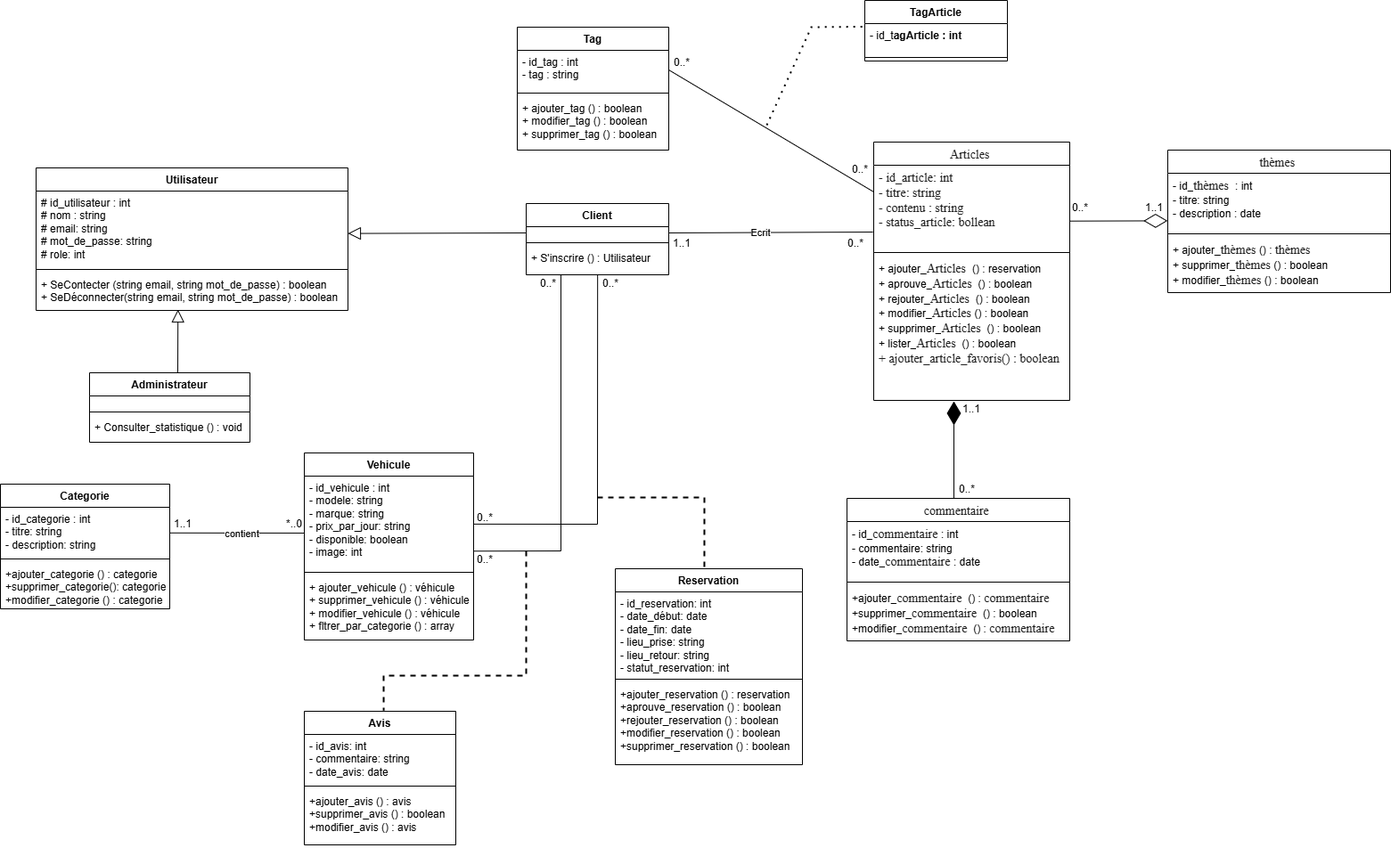
AZIZABADA10/Location_de_voiture keeps this draw.io diagram as Modelisation/Diagramme_de_classe.png. Above is the earlier version. Source tidied: cells renumbered, new cells last; positions are measured from the earlier drawing's top-left corner, leaving out a move shared by most shapes.
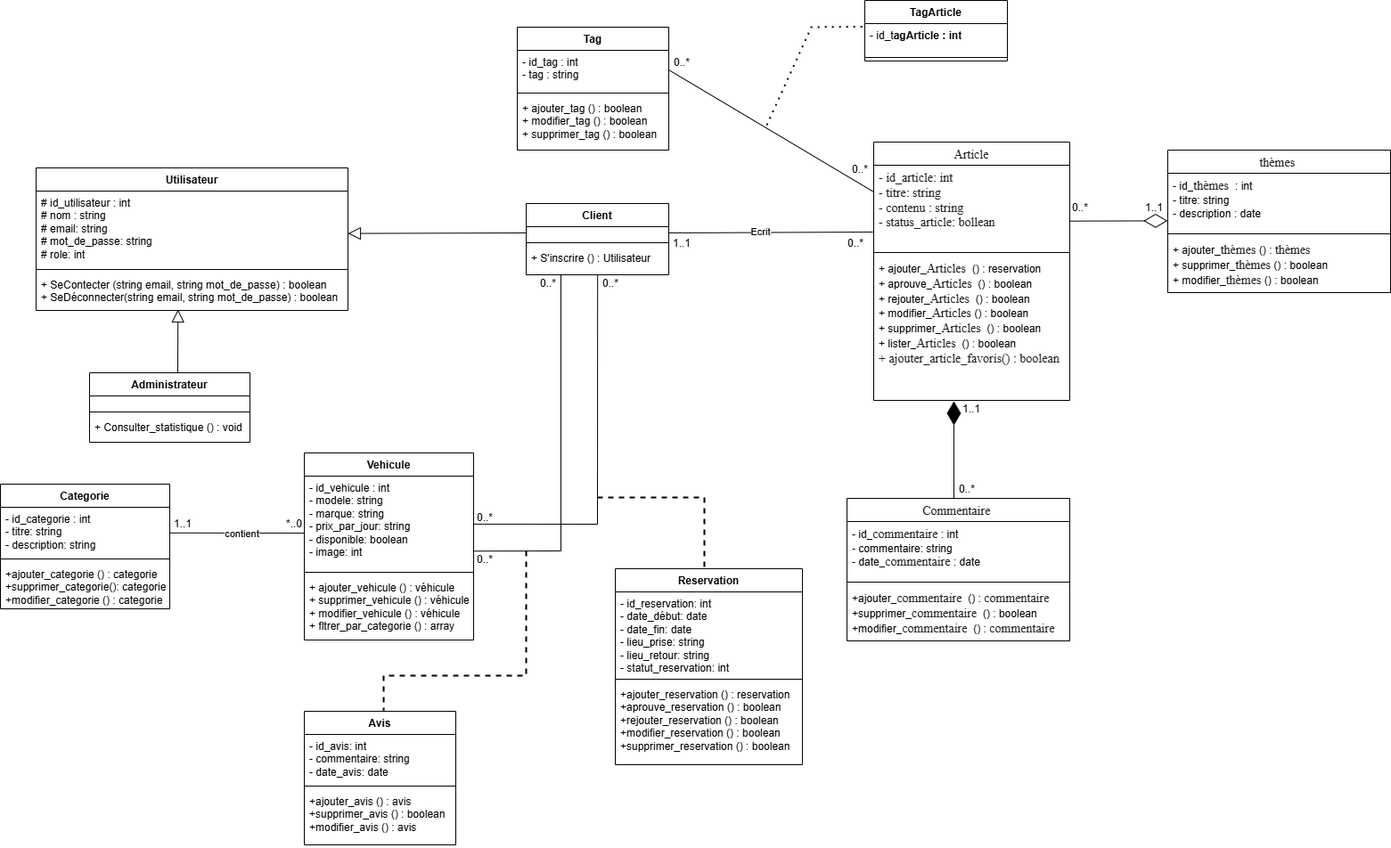
After the change.

Commit message:
modelisation: modification sur le diagramme de classe

What changed in the source:
```diff
@@ -148,7 +148,7 @@
     <mxCell id="43" value="0..*" style="text;html=1;whiteSpace=wrap;strokeColor=none;fillColor=none;align=center;verticalAlign=middle;rounded=0;" parent="1" vertex="1">
       <mxGeometry x="529" y="618" width="30" height="20" as="geometry" />
     </mxCell>
-    <mxCell id="44" value="&lt;span style=&quot;color: rgba(0, 0, 0, 0.88); font-family: &amp;quot;Nunito Sans&amp;quot;, &amp;quot;sans-serif&amp;quot;; font-size: 14px; font-weight: 400; text-align: start; background-color: rgb(255, 255, 255);&quot;&gt;Articles&amp;nbsp;&lt;/span&gt;" style="swimlane;fontStyle=1;align=center;verticalAlign=top;horizontal=1;startSize=26;whiteSpace=wrap;html=1;" parent="1" vertex="1">
+    <mxCell id="44" value="&lt;span style=&quot;color: rgba(0, 0, 0, 0.88); font-family: &amp;quot;Nunito Sans&amp;quot;, &amp;quot;sans-serif&amp;quot;; font-size: 14px; font-weight: 400; text-align: start; background-color: rgb(255, 255, 255);&quot;&gt;Article&lt;/span&gt;" style="swimlane;fontStyle=1;align=center;verticalAlign=top;horizontal=1;startSize=26;whiteSpace=wrap;html=1;" parent="1" vertex="1">
       <mxGeometry x="980" y="159" width="220" height="290" as="geometry" />
     </mxCell>
     <mxCell id="45" value="&lt;span style=&quot;color: rgba(0, 0, 0, 0.88); font-family: &amp;quot;Nunito Sans&amp;quot;, &amp;quot;sans-serif&amp;quot;; font-size: 14px; background-color: rgb(255, 255, 255);&quot;&gt;- id_article: int&amp;nbsp;&lt;/span&gt;&lt;div&gt;&lt;span style=&quot;color: rgba(0, 0, 0, 0.88); font-family: &amp;quot;Nunito Sans&amp;quot;, &amp;quot;sans-serif&amp;quot;; font-size: 14px; background-color: rgb(255, 255, 255);&quot;&gt;- titre: string&lt;/span&gt;&lt;/div&gt;&lt;div&gt;&lt;span style=&quot;color: rgba(0, 0, 0, 0.88); font-family: &amp;quot;Nunito Sans&amp;quot;, &amp;quot;sans-serif&amp;quot;; font-size: 14px; background-color: rgb(255, 255, 255);&quot;&gt;- contenu : string&lt;/span&gt;&lt;/div&gt;&lt;div&gt;&lt;span style=&quot;background-color: rgb(255, 255, 255); color: rgba(0, 0, 0, 0.88); font-family: &amp;quot;Nunito Sans&amp;quot;, &amp;quot;sans-serif&amp;quot;; font-size: 14px;&quot;&gt;- status_article: bollean&lt;/span&gt;&lt;/div&gt;" style="text;strokeColor=none;fillColor=none;align=left;verticalAlign=top;spacingLeft=4;spacingRight=4;overflow=hidden;points=[[0,0.5],[1,0.5]];portConstraint=eastwest;whiteSpace=wrap;html=1;" parent="44" vertex="1">
@@ -160,7 +160,7 @@
     <mxCell id="47" value="+ ajouter_&lt;span style=&quot;color: rgba(0, 0, 0, 0.88); font-family: &amp;quot;Nunito Sans&amp;quot;, &amp;quot;sans-serif&amp;quot;; font-size: 14px; background-color: rgb(255, 255, 255);&quot;&gt;Articles&amp;nbsp;&lt;/span&gt;&amp;nbsp;() : reservation&lt;div&gt;+ aprouve_&lt;span style=&quot;color: rgba(0, 0, 0, 0.88); font-family: &amp;quot;Nunito Sans&amp;quot;, &amp;quot;sans-serif&amp;quot;; font-size: 14px; background-color: rgb(255, 255, 255);&quot;&gt;Articles&amp;nbsp;&lt;/span&gt;&amp;nbsp;() :&amp;nbsp;&lt;span style=&quot;background-color: transparent; color: light-dark(rgb(0, 0, 0), rgb(255, 255, 255));&quot;&gt;boolean&lt;br&gt;&lt;/span&gt;+ rejouter_&lt;span style=&quot;color: rgba(0, 0, 0, 0.88); font-family: &amp;quot;Nunito Sans&amp;quot;, &amp;quot;sans-serif&amp;quot;; font-size: 14px; background-color: rgb(255, 255, 255);&quot;&gt;Articles&amp;nbsp;&lt;/span&gt;&amp;nbsp;() :&amp;nbsp;&lt;span style=&quot;color: light-dark(rgb(0, 0, 0), rgb(255, 255, 255)); background-color: transparent;&quot;&gt;boolean&lt;br&gt;&lt;/span&gt;+ modifier_&lt;span style=&quot;color: rgba(0, 0, 0, 0.88); font-family: &amp;quot;Nunito Sans&amp;quot;, &amp;quot;sans-serif&amp;quot;; font-size: 14px; background-color: rgb(255, 255, 255);&quot;&gt;Articles&amp;nbsp;&lt;/span&gt;() :&amp;nbsp;&lt;span style=&quot;color: light-dark(rgb(0, 0, 0), rgb(255, 255, 255)); background-color: transparent;&quot;&gt;boolean&lt;br&gt;&lt;/span&gt;+ supprimer_&lt;span style=&quot;color: rgba(0, 0, 0, 0.88); font-family: &amp;quot;Nunito Sans&amp;quot;, &amp;quot;sans-serif&amp;quot;; font-size: 14px; background-color: rgb(255, 255, 255);&quot;&gt;Articles&amp;nbsp;&lt;/span&gt;&amp;nbsp;() :&amp;nbsp;&lt;span style=&quot;color: light-dark(rgb(0, 0, 0), rgb(255, 255, 255)); background-color: transparent;&quot;&gt;boolean&lt;/span&gt;&lt;span style=&quot;color: light-dark(rgb(0, 0, 0), rgb(255, 255, 255)); background-color: transparent;&quot;&gt;&lt;/span&gt;&lt;span style=&quot;color: light-dark(rgb(0, 0, 0), rgb(255, 255, 255)); background-color: transparent;&quot;&gt;&lt;/span&gt;&lt;/div&gt;&lt;div&gt;+ lister_&lt;span style=&quot;color: rgba(0, 0, 0, 0.88); font-family: &amp;quot;Nunito Sans&amp;quot;, &amp;quot;sans-serif&amp;quot;; font-size: 14px; background-color: rgb(255, 255, 255);&quot;&gt;Articles&amp;nbsp;&lt;/span&gt;&amp;nbsp;() :&amp;nbsp;&lt;span style=&quot;color: light-dark(rgb(0, 0, 0), rgb(255, 255, 255)); background-color: transparent;&quot;&gt;boolean&lt;/span&gt;&lt;span style=&quot;color: light-dark(rgb(0, 0, 0), rgb(255, 255, 255)); background-color: transparent;&quot;&gt;&lt;/span&gt;&lt;/div&gt;&lt;div&gt;&lt;span style=&quot;color: rgba(0, 0, 0, 0.88); font-family: &amp;quot;Nunito Sans&amp;quot;, &amp;quot;sans-serif&amp;quot;; font-size: 14px; background-color: rgb(255, 255, 255);&quot;&gt;+ ajouter_article_favoris() : boolean&lt;/span&gt;&lt;span style=&quot;color: light-dark(rgb(0, 0, 0), rgb(255, 255, 255)); background-color: transparent;&quot;&gt;&lt;/span&gt;&lt;/div&gt;" style="text;strokeColor=none;fillColor=none;align=left;verticalAlign=top;spacingLeft=4;spacingRight=4;overflow=hidden;whiteSpace=wrap;html=1;" parent="44" vertex="1">
       <mxGeometry y="128" width="220" height="162" as="geometry" />
     </mxCell>
-    <mxCell id="48" value="&lt;span style=&quot;color: rgba(0, 0, 0, 0.88); font-family: &amp;quot;Nunito Sans&amp;quot;, &amp;quot;sans-serif&amp;quot;; font-size: 14px; font-weight: 400; text-align: start; background-color: rgb(255, 255, 255);&quot;&gt;commentaire&amp;nbsp;&lt;/span&gt;" style="swimlane;fontStyle=1;align=center;verticalAlign=top;horizontal=1;startSize=26;whiteSpace=wrap;html=1;" parent="1" vertex="1">
+    <mxCell id="48" value="&lt;span style=&quot;color: rgba(0, 0, 0, 0.88); font-family: &amp;quot;Nunito Sans&amp;quot;, &amp;quot;sans-serif&amp;quot;; font-size: 14px; font-weight: 400; text-align: start; background-color: rgb(255, 255, 255);&quot;&gt;Commentaire&amp;nbsp;&lt;/span&gt;" style="swimlane;fontStyle=1;align=center;verticalAlign=top;horizontal=1;startSize=26;whiteSpace=wrap;html=1;" parent="1" vertex="1">
       <mxGeometry x="950" y="559" width="250" height="160" as="geometry" />
     </mxCell>
     <mxCell id="49" value="&lt;div&gt;- id_&lt;span style=&quot;color: rgba(0, 0, 0, 0.88); font-family: &amp;quot;Nunito Sans&amp;quot;, &amp;quot;sans-serif&amp;quot;; font-size: 14px; background-color: rgb(255, 255, 255);&quot;&gt;commentaire&amp;nbsp;&lt;/span&gt;: int&amp;nbsp;&lt;/div&gt;&lt;div&gt;&lt;div&gt;- commentaire: string&lt;br&gt;&lt;/div&gt;&lt;/div&gt;&lt;div&gt;- date_&lt;span style=&quot;color: rgba(0, 0, 0, 0.88); font-family: &amp;quot;Nunito Sans&amp;quot;, &amp;quot;sans-serif&amp;quot;; font-size: 14px; background-color: rgb(255, 255, 255);&quot;&gt;commentaire&amp;nbsp;&lt;/span&gt;: date&lt;/div&gt;&lt;div&gt;&lt;span style=&quot;color: rgba(0, 0, 0, 0); font-family: monospace; font-size: 0px; text-wrap-mode: nowrap;&quot;&gt;%3CmxGraphModel%3E%3Croot%3E%3CmxCell%20id%3D%220%22%2F%3E%3CmxCell%20id%3D%221%22%20parent%3D%220%22%2F%3E%3CmxCell%20id%3D%222%22%20value%3D%22Reservation%22%20style%3D%22swimlane%3BfontStyle%3D1%3Balign%3Dcenter%3BverticalAlign%3Dtop%3BchildLayout%3DstackLayout%3Bhorizontal%3D1%3BstartSize%3D26%3BhorizontalStack%3D0%3BresizeParent%3D1%3BresizeParentMax%3D0%3BresizeLast%3D0%3Bcollapsible%3D1%3BmarginBottom%3D0%3BwhiteSpace%3Dwrap%3Bhtml%3D1%3B%22%20vertex%3D%221%22%20parent%3D%221%22%3E%3CmxGeometry%20x%3D%222780%22%20y%3D%22480%22%20width%3D%22220%22%20height%3D%22220%22%20as%3D%22geometry%22%2F%3E%3C%2FmxCell%3E%3CmxCell%20id%3D%223%22%20value%3D%22%26lt%3Bdiv%26gt%3B-%20id_reservation%3A%20int%26amp%3Bnbsp%3B%26lt%3B%2Fdiv%26gt%3B%26lt%3Bdiv%26gt%3B-%20date_d%C3%A9but%3A%20date%26lt%3Bdiv%26gt%3B-%20date_fin%3A%20date%26lt%3B%2Fdiv%26gt%3B%26lt%3Bdiv%26gt%3B-%20lieu_prise%3A%20string%26amp%3Bnbsp%3B%26lt%3Bbr%26gt%3B-%20lieu_retour%3A%20string%26amp%3Bnbsp%3B%26lt%3B%2Fdiv%26gt%3B%26lt%3B%2Fdiv%26gt%3B%26lt%3Bdiv%26gt%3B-%20id_client%3A%20int%26amp%3Bnbsp%3B%26lt%3B%2Fdiv%26gt%3B%26lt%3Bdiv%26gt%3B-%20id_vehicule%3A%20int%26amp%3Bnbsp%3B%26lt%3B%2Fdiv%26gt%3B%26lt%3Bdiv%26gt%3B-%20statut_reservation%3A%20int%26amp%3Bnbsp%3B%26lt%3B%2Fdiv%26gt%3B%22%20style%3D%22text%3BstrokeColor%3Dnone%3BfillColor%3Dnone%3Balign%3Dleft%3BverticalAlign%3Dtop%3BspacingLeft%3D4%3BspacingRight%3D4%3Boverflow%3Dhidden%3Brotatable%3D0%3Bpoints%3D%5B%5B0%2C0.5%5D%2C%5B1%2C0.5%5D%5D%3BportConstraint%3Deastwest%3BwhiteSpace%3Dwrap%3Bhtml%3D1%3B%22%20vertex%3D%221%22%20parent%3D%222%22%3E%3CmxGeometry%20y%3D%2226%22%20width%3D%22220%22%20height%3D%22124%22%20as%3D%22geometry%22%2F%3E%3C%2FmxCell%3E%3CmxCell%20id%3D%224%22%20value%3D%22%22%20style%3D%22line%3BstrokeWidth%3D1%3BfillColor%3Dnone%3Balign%3Dleft%3BverticalAlign%3Dmiddle%3BspacingTop%3D-1%3BspacingLeft%3D3%3BspacingRight%3D3%3Brotatable%3D0%3BlabelPosition%3Dright%3Bpoints%3D%5B%5D%3BportConstraint%3Deastwest%3BstrokeColor%3Dinherit%3B%22%20vertex%3D%221%22%20parent%3D%222%22%3E%3CmxGeometry%20y%3D%22150%22%20width%3D%22220%22%20height%3D%228%22%20as%3D%22geometry%22%2F%3E%3C%2FmxCell%3E%3CmxCell%20id%3D%225%22%20value%3D%22%2Bajouter_reservation%26amp%3Bnbsp%3B()%20%3A%20reservation%26lt%3Bdiv%26gt%3B%2Baprouve_reservation%26amp%3Bnbsp%3B()%20%3A%26amp%3Bnbsp%3B%26lt%3Bspan%20style%3D%26quot%3Bbackground-color%3A%20transparent%3B%20color%3A%20light-dark(rgb(0%2C%200%2C%200)%2C%20rgb(255%2C%20255%2C%20255))%3B%26quot%3B%26gt%3Bboolean%26lt%3Bbr%26gt%3B%26lt%3B%2Fspan%26gt%3B%2Brejouter_reservation%26amp%3Bnbsp%3B()%20%3A%26amp%3Bnbsp%3B%26lt%3Bspan%20style%3D%26quot%3Bcolor%3A%20light-dark(rgb(0%2C%200%2C%200)%2C%20rgb(255%2C%20255%2C%20255))%3B%20background-color%3A%20transparent%3B%26quot%3B%26gt%3Bboolean%26lt%3B%2Fspan%26gt%3B%26lt%3B%2Fdiv%26gt%3B%22%20style%3D%22text%3BstrokeColor%3Dnone%3BfillColor%3Dnone%3Balign%3Dleft%3BverticalAlign%3Dtop%3BspacingLeft%3D4%3BspacingRight%3D4%3Boverflow%3Dhidden%3Brotatable%3D0%3Bpoints%3D%5B%5B0%2C0.5%5D%2C%5B1%2C0.5%5D%5D%3BportConstraint%3Deastwest%3BwhiteSpace%3Dwrap%3Bhtml%3D1%3B%22%20vertex%3D%221%22%20parent%3D%222%22%3E%3CmxGeometry%20y%3D%22158%22%20width%3D%22220%22%20height%3D%2262%22%20as%3D%22geometry%22%2F%3E%3C%2FmxCell%3E%3C%2Froot%3E%3C%2FmxGraphModel%3E&lt;/span&gt;&lt;/div&gt;" style="text;strokeColor=none;fillColor=none;align=left;verticalAlign=top;spacingLeft=4;spacingRight=4;overflow=hidden;whiteSpace=wrap;html=1;" parent="48" vertex="1">
```
